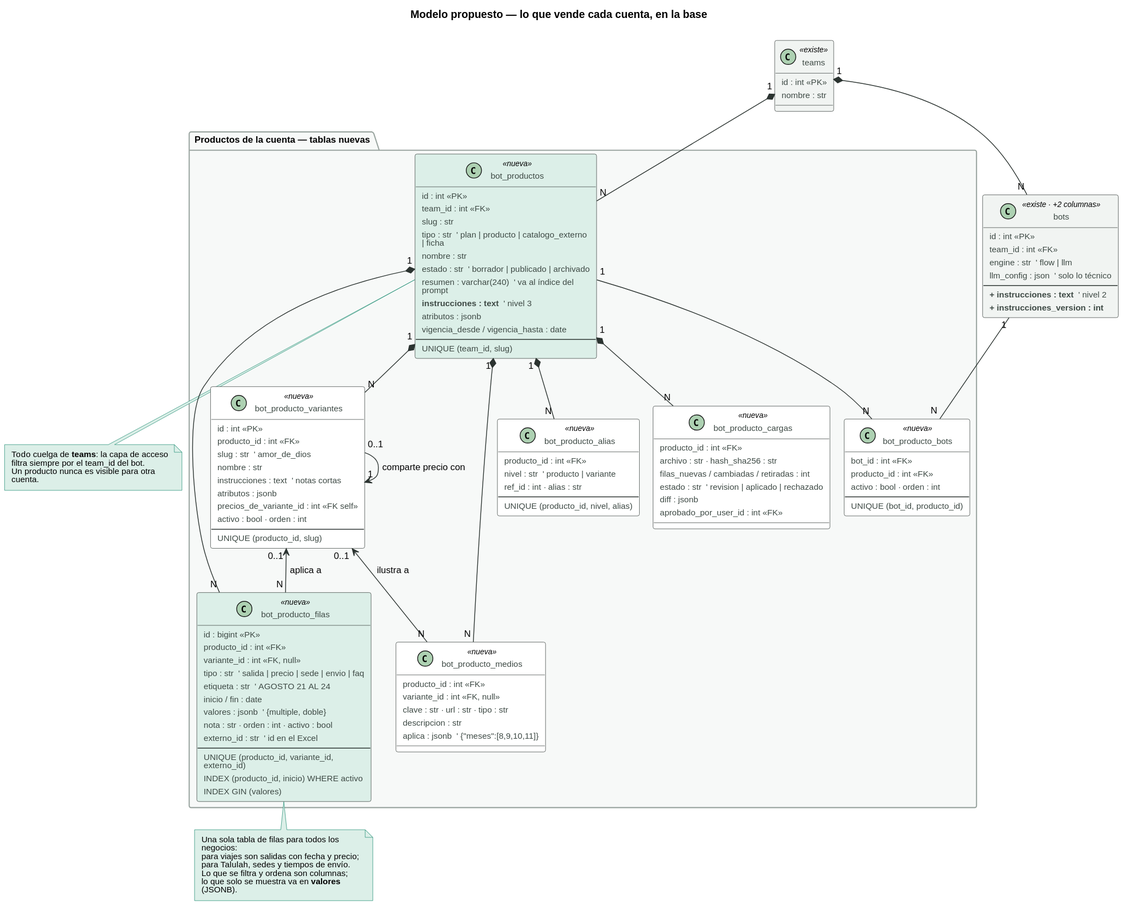
This is docs/bots_productos_modelo.svg from JeickH/multiagente, a PlantUML export, as it was before one commit.
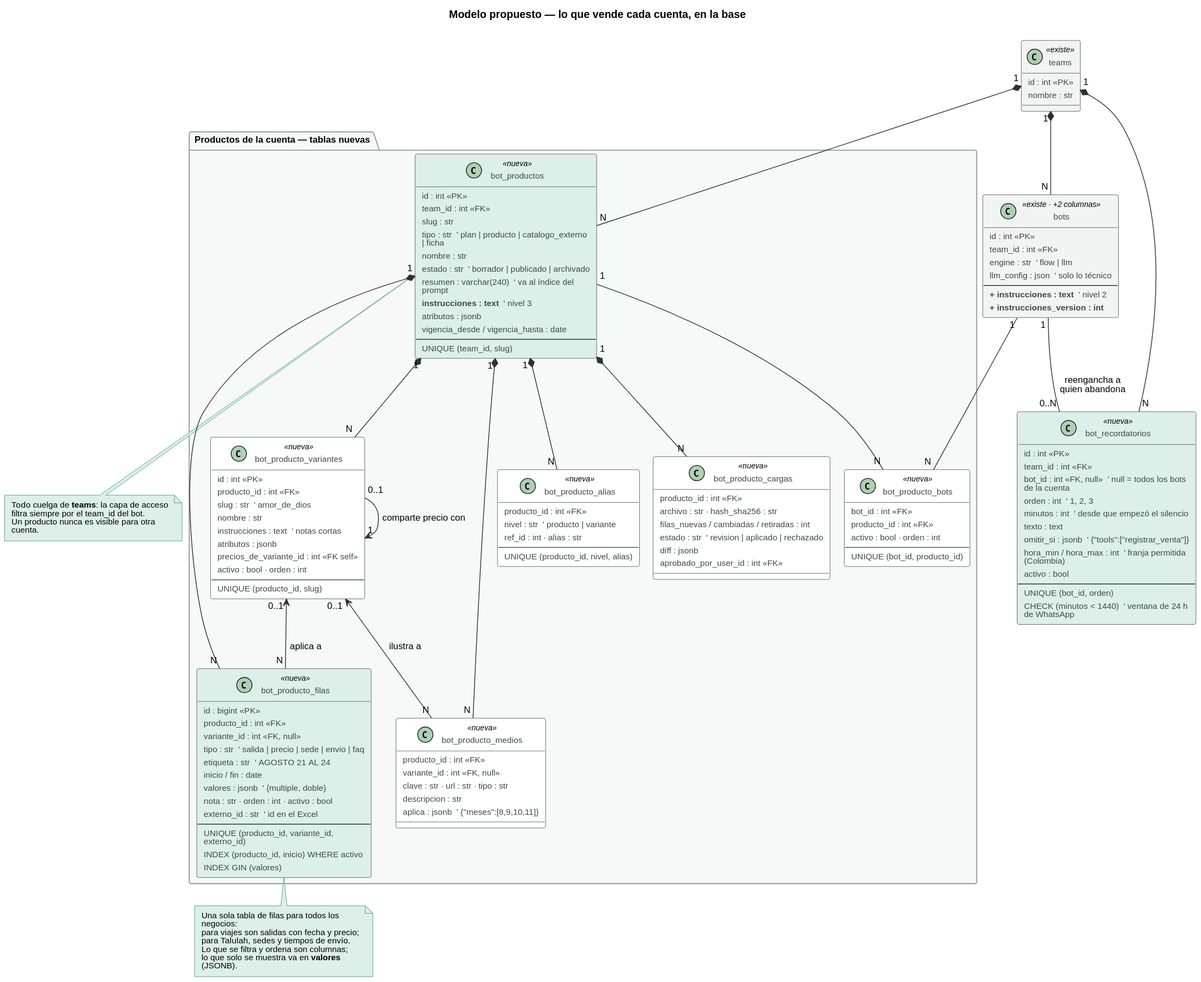
After the change.

Commit message:
feat(productos): el esquema de productos de los bots, fase 1

Diff of the diagram source:
```diff
@@ -121,8 +121,25 @@
   }
 }
 
+class bot_recordatorios <<nueva>> #DCEFE8 {
+  id : int <<PK>>
+  team_id : int <<FK>>
+  bot_id : int <<FK, null>>  ' null = todos los bots de la cuenta
+  orden : int  ' 1, 2, 3
+  minutos : int  ' desde que empezó el silencio
+  texto : text
+  omitir_si : jsonb  ' {"tools":["registrar_venta"]}
+  hora_min / hora_max : int  ' franja permitida (Colombia)
+  activo : bool
+  --
+  UNIQUE (bot_id, orden)
+  CHECK (minutos < 1440)  ' ventana de 24 h de WhatsApp
+}
+
 teams "1" *-- "N" bots
 teams "1" *-- "N" bot_productos
+teams "1" *-- "N" bot_recordatorios
+bots "1" -- "0..N" bot_recordatorios : reengancha a\nquien abandona
 bots "1" -- "N" bot_producto_bots
 bot_productos "1" -- "N" bot_producto_bots
 bot_productos "1" *-- "N" bot_producto_variantes
```
